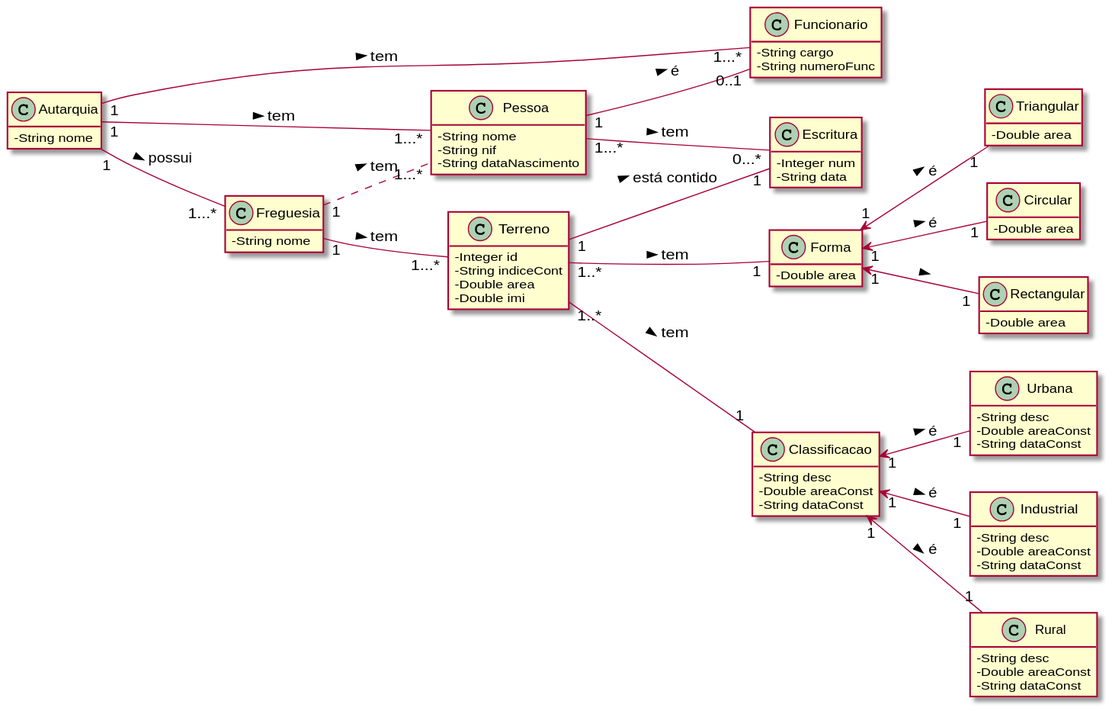
The PlantUML diagram documentation/MD.svg in UPskillDOTNET/G4_Sprint1, before a commit.
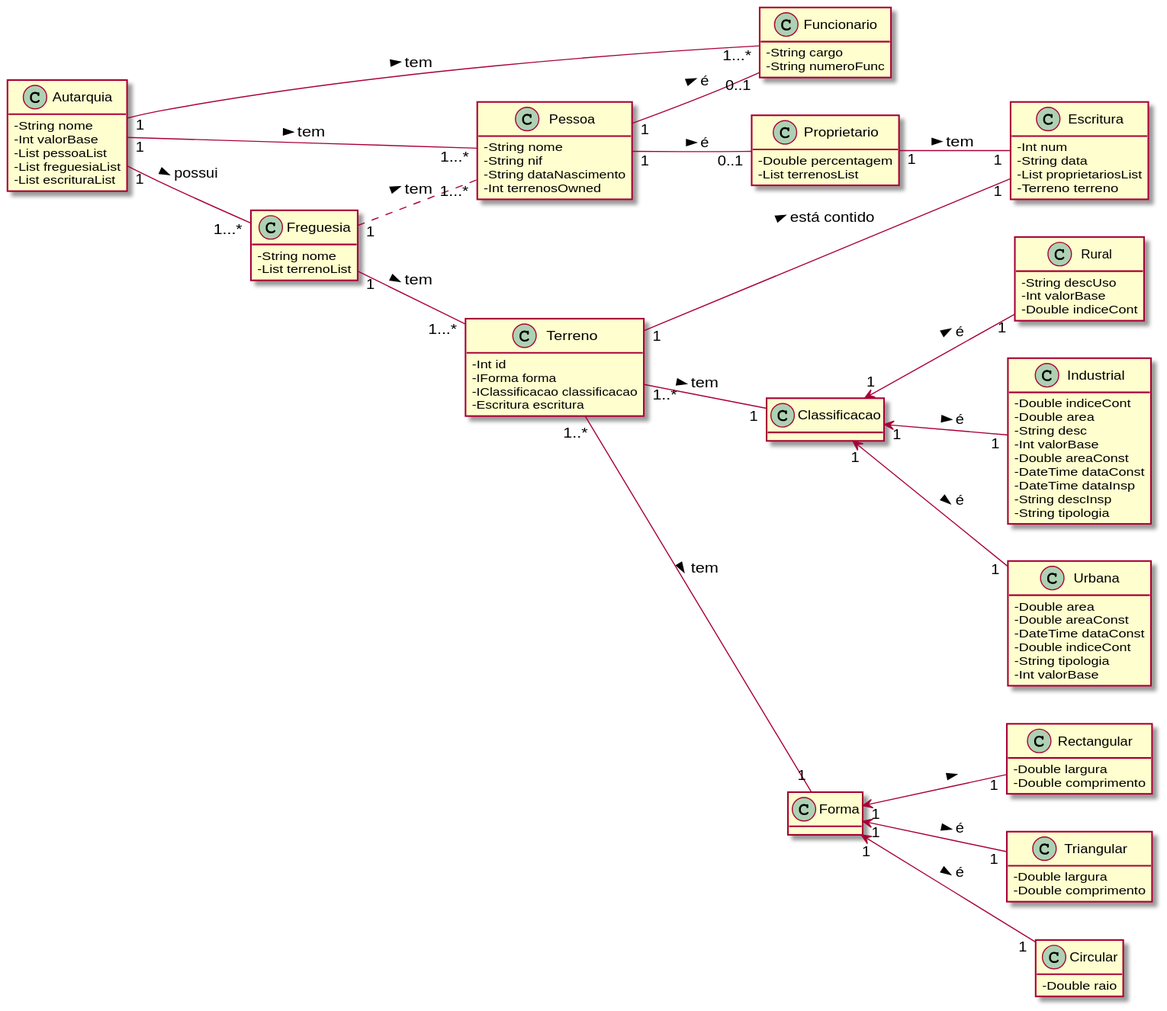
After the commit.

Diff of the diagram source:
```diff
@@ -5,13 +5,17 @@
 
 class Autarquia {
   -String nome
+  -Int valorBase
+  -List pessoaList
+  -List freguesiaList
+  -List escrituraList
 }
 
 class Pessoa {
   -String nome
   -String nif
   -String dataNascimento
-
+  -Int terrenosOwned
 }
 
 class Funcionario {
@@ -20,59 +24,74 @@
 }
 
 class Escritura {
-  -Integer num
+  -Int num
   -String data
+  -List proprietariosList
+  -Terreno terreno
 }
 
 class Freguesia {
   -String nome
+  -List terrenoList
 }
 
 class Terreno {
-  -Integer id
-  -String indiceCont
-  -Double area
-  -Double imi
+  -Int id
+  -IForma forma
+  -IClassificacao classificacao
+  -Escritura escritura
 }
 
 class Forma {
-  -Double area
 }
 
 class Triangular {
-  -Double area
+  -Double largura
+  -Double comprimento
 }
 
 class Circular {
-  -Double area
+  -Double raio
 }
 
 class Rectangular {
-  -Double area
+  -Double largura
+  -Double comprimento
 }
 
 class Classificacao {
-  -String desc
-  -Double areaConst
-  -String dataConst
 }
 
 class Urbana {
-  -String desc
+  -Double area
   -Double areaConst
-  -String dataConst
+  -DateTime dataConst
+  -Double indiceCont
+  -String tipologia
+  -Int valorBase
 }
 
 class Industrial {
+  -Double indiceCont
+  -Double area
   -String desc
+  -Int valorBase
   -Double areaConst
-  -String dataConst
+  -DateTime dataConst
+  -DateTime dataInsp
+  -String descInsp
+  -String tipologia
 }
 
 class Rural {
-  -String desc
-  -Double areaConst
-  -String dataConst
+  -String descUso
+  -Int valorBase
+  -Double indiceCont
+}
+
+class Proprietario {
+  -Double percentagem
+  -List terrenosList
 }
 
 Autarquia "1" -- "1...*" Freguesia : possui >
@@ -80,7 +99,9 @@
 Autarquia "1" -- "1...*" Funcionario : tem >
 
 Pessoa "1" -- "0..1" Funcionario : é >
-Pessoa "1...*" -- "0...*" Escritura : tem  >
+Pessoa "1" -- "0..1" Proprietario : é >
+
+Proprietario "1" -- "1" Escritura : tem >
 
 Freguesia "1" -- "1...*" Terreno : tem >
 Freguesia "1" .. "1...*" Pessoa : tem >
```
